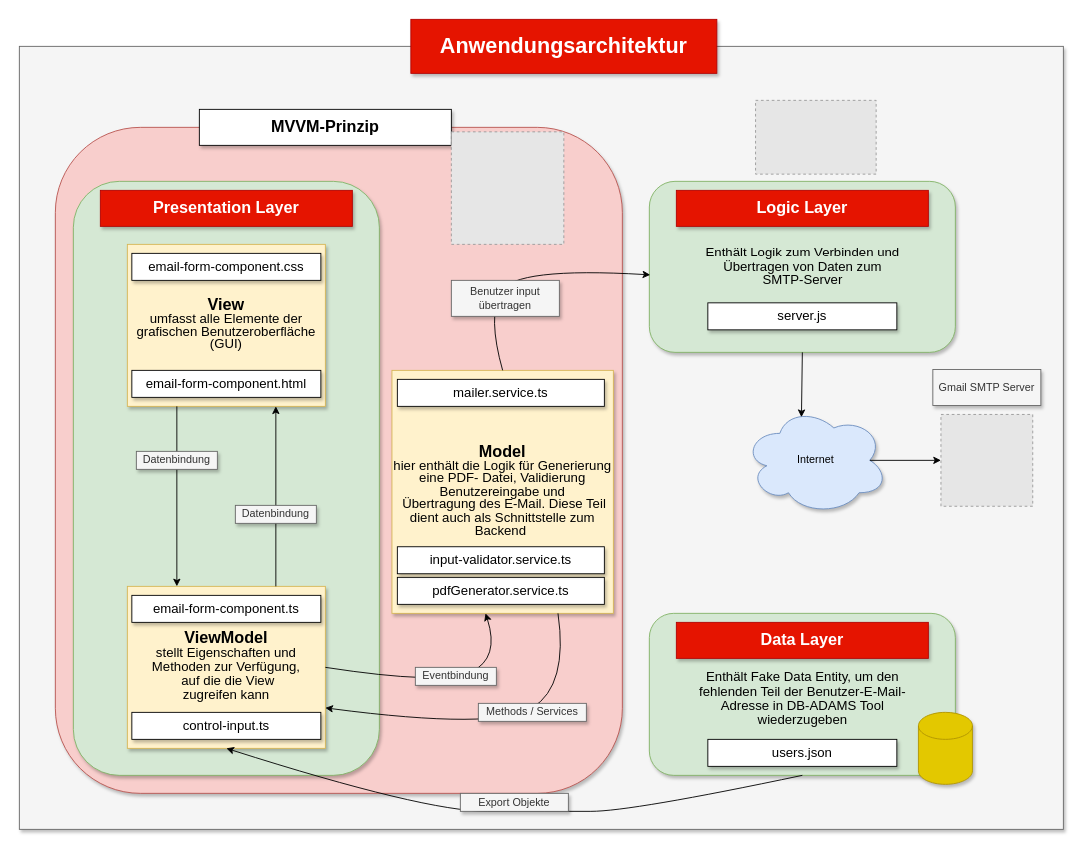
Above: Aufbau der Erweiterung.drawio in gitfarah/Schule-Website-Projekt (draw.io), before the change. Source tidied: cells renumbered, new cells numbered last; positions are measured from the earlier drawing's top-left corner, leaving out a move shared by most shapes. Both pictures are drawn from the tidied source at 90%, with x=0, y=0 at pixel (19, 19). Pictures stored in the file or linked from it are replaced by grey dashed boxes.
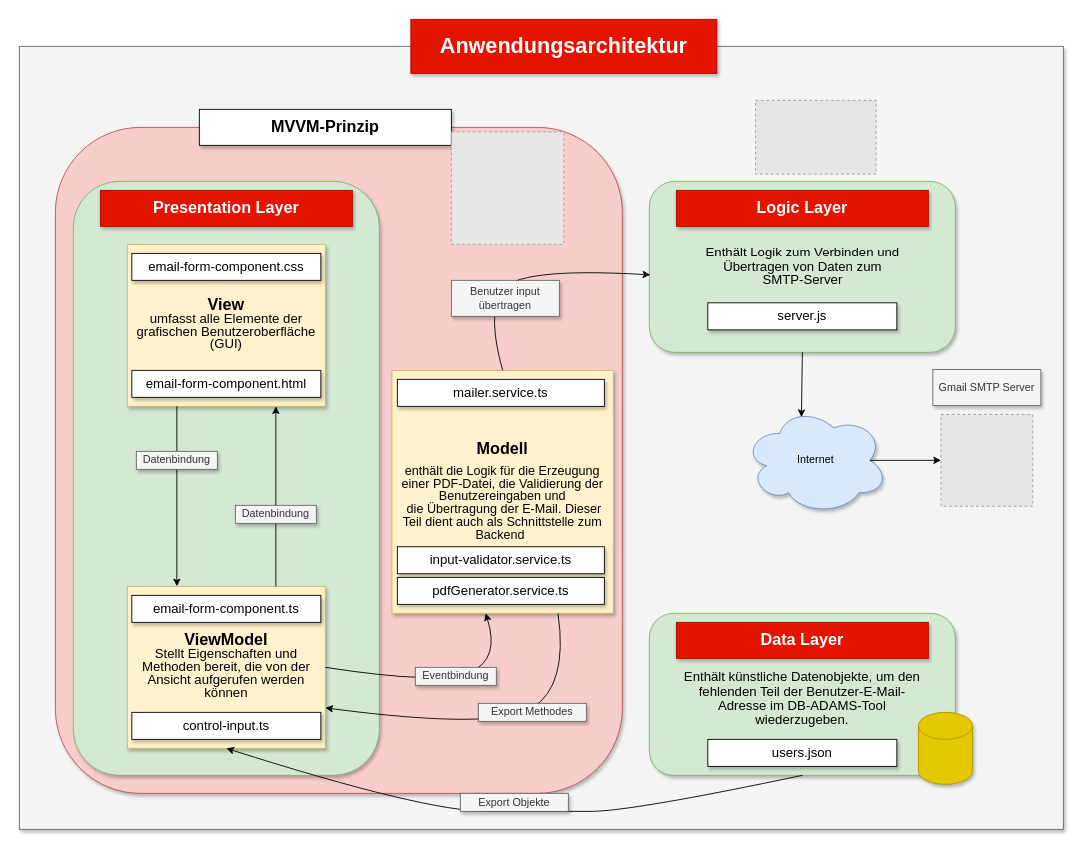
Above is the later version.

Change to the diagram source:
```diff
@@
-    <mxCell id="9" value="&lt;span style=&quot;line-height: 107% ; font-family: &amp;#34;arial&amp;#34; , sans-serif&quot;&gt;&lt;b&gt;&lt;font style=&quot;font-size: 18px&quot;&gt;ViewModel&lt;/font&gt;&lt;/b&gt;&lt;br&gt;&lt;span style=&quot;font-size: 11.0pt ; line-height: 107% ; font-family: &amp;#34;arial&amp;#34; , sans-serif&quot;&gt;stellt Eigenschaften und Methoden zur Verfügung,&lt;br&gt;&amp;nbsp;auf die die View &lt;br&gt;zugreifen kann&lt;/span&gt;&lt;br&gt;&lt;/span&gt;" style="rounded=0;whiteSpace=wrap;html=1;shadow=1;glass=0;sketch=0;fillColor=#fff2cc;strokeColor=#d6b656;" parent="1" vertex="1">
+    <mxCell id="9" value="&lt;span style=&quot;line-height: 107%&quot;&gt;&lt;b style=&quot;font-family: &amp;#34;arial&amp;#34; , sans-serif&quot;&gt;&lt;font style=&quot;font-size: 18px&quot;&gt;ViewModel&lt;/font&gt;&lt;/b&gt;&lt;br&gt;&lt;font face=&quot;arial, sans-serif&quot;&gt;&lt;span style=&quot;font-size: 14.6667px&quot;&gt;Stellt Eigenschaften und Methoden bereit, die von der Ansicht aufgerufen werden können&lt;/span&gt;&lt;/font&gt;&lt;br&gt;&lt;/span&gt;" style="rounded=0;whiteSpace=wrap;html=1;shadow=1;glass=0;sketch=0;fillColor=#fff2cc;strokeColor=#d6b656;" parent="1" vertex="1">
       <mxGeometry x="120" y="630" width="220" height="180" as="geometry" />
     </mxCell>
@@
-    <mxCell id="18" value="&lt;span style=&quot;line-height: 107%&quot;&gt;&lt;span style=&quot;font-family: &amp;#34;arial&amp;#34; , sans-serif ; font-size: 18px&quot;&gt;&lt;b&gt;Model&lt;br&gt;&lt;/b&gt;&lt;/span&gt;&lt;span style=&quot;line-height: 107%&quot;&gt;&lt;font face=&quot;arial, sans-serif&quot;&gt;&lt;span style=&quot;font-size: 11pt&quot;&gt;hier enthält die Logik für Generierung eine PDF- Datei,&amp;nbsp;&lt;/span&gt;&lt;span style=&quot;font-size: 14.6667px&quot;&gt;Validierung Benutzereingabe und&lt;/span&gt;&lt;/font&gt;&lt;br&gt;&lt;font face=&quot;arial, sans-serif&quot;&gt;&lt;span style=&quot;font-size: 11pt&quot;&gt;&amp;nbsp;Übertragung des E-Mail. Diese Teil dient auch als&amp;nbsp;Schnittstelle zum Backend&amp;nbsp;&lt;/span&gt;&lt;/font&gt;&lt;/span&gt;&lt;br&gt;&lt;/span&gt;" style="rounded=0;whiteSpace=wrap;html=1;shadow=1;glass=0;sketch=0;fillColor=#fff2cc;strokeColor=#d6b656;" parent="1" vertex="1">
+    <mxCell id="18" value="&lt;span style=&quot;line-height: 107%&quot;&gt;&lt;font face=&quot;arial, sans-serif&quot;&gt;&lt;div style=&quot;font-size: 18px ; font-weight: bold&quot;&gt;Modell&lt;/div&gt;&lt;div style=&quot;font-size: 18px ; font-weight: bold&quot;&gt;&lt;br&gt;&lt;/div&gt;&lt;div&gt;&lt;font style=&quot;font-size: 14px&quot;&gt;enthält die Logik für die Erzeugung einer PDF-Datei, die Validierung der Benutzereingaben und&lt;/font&gt;&lt;/div&gt;&lt;div&gt;&lt;font style=&quot;font-size: 14px&quot;&gt;&amp;nbsp;die Übertragung der E-Mail. Dieser Teil dient auch als Schnittstelle zum Backend&lt;/font&gt;&lt;b style=&quot;font-size: 18px&quot;&gt;&amp;nbsp;&lt;/b&gt;&lt;/div&gt;&lt;/font&gt;&lt;/span&gt;" style="rounded=0;whiteSpace=wrap;html=1;shadow=1;glass=0;sketch=0;fillColor=#fff2cc;strokeColor=#d6b656;" parent="1" vertex="1">
       <mxGeometry x="414" y="390" width="246" height="270" as="geometry" />
     </mxCell>
@@
-    <mxCell id="26" value="&lt;span style=&quot;font-size: 11.0pt ; line-height: 107% ; font-family: &amp;#34;arial&amp;#34; , sans-serif&quot;&gt;Enthält Fake Data Entity, um den fehlenden Teil der Benutzer-E-Mail-Adresse in DB-ADAMS Tool wiederzugeben&lt;/span&gt;" style="text;html=1;strokeColor=none;fillColor=none;align=center;verticalAlign=middle;whiteSpace=wrap;rounded=0;shadow=1;glass=0;sketch=0;" parent="1" vertex="1">
-      <mxGeometry x="742.5" y="720" width="255" height="70" as="geometry" />
+    <mxCell id="26" value="&lt;span style=&quot;font-size: 11.0pt ; line-height: 107% ; font-family: &amp;#34;arial&amp;#34; , sans-serif&quot;&gt;Enthält künstliche Datenobjekte, um den fehlenden Teil der Benutzer-E-Mail-Adresse im DB-ADAMS-Tool wiederzugeben.&lt;/span&gt;" style="text;html=1;strokeColor=none;fillColor=none;align=center;verticalAlign=middle;whiteSpace=wrap;rounded=0;shadow=1;glass=0;sketch=0;" parent="1" vertex="1">
+      <mxGeometry x="736.3" y="720" width="267.5" height="70" as="geometry" />
     </mxCell>
@@
-    <mxCell id="31" value="Methods / Services" style="text;html=1;align=center;verticalAlign=middle;whiteSpace=wrap;rounded=0;shadow=1;glass=0;sketch=0;fillColor=#f5f5f5;strokeColor=#666666;fontColor=#333333;" parent="1" vertex="1">
+    <mxCell id="31" value="Export Methodes" style="text;html=1;align=center;verticalAlign=middle;whiteSpace=wrap;rounded=0;shadow=1;glass=0;sketch=0;fillColor=#f5f5f5;strokeColor=#666666;fontColor=#333333;" parent="1" vertex="1">
       <mxGeometry x="510" y="760" width="120" height="20" as="geometry" />
     </mxCell>
```
